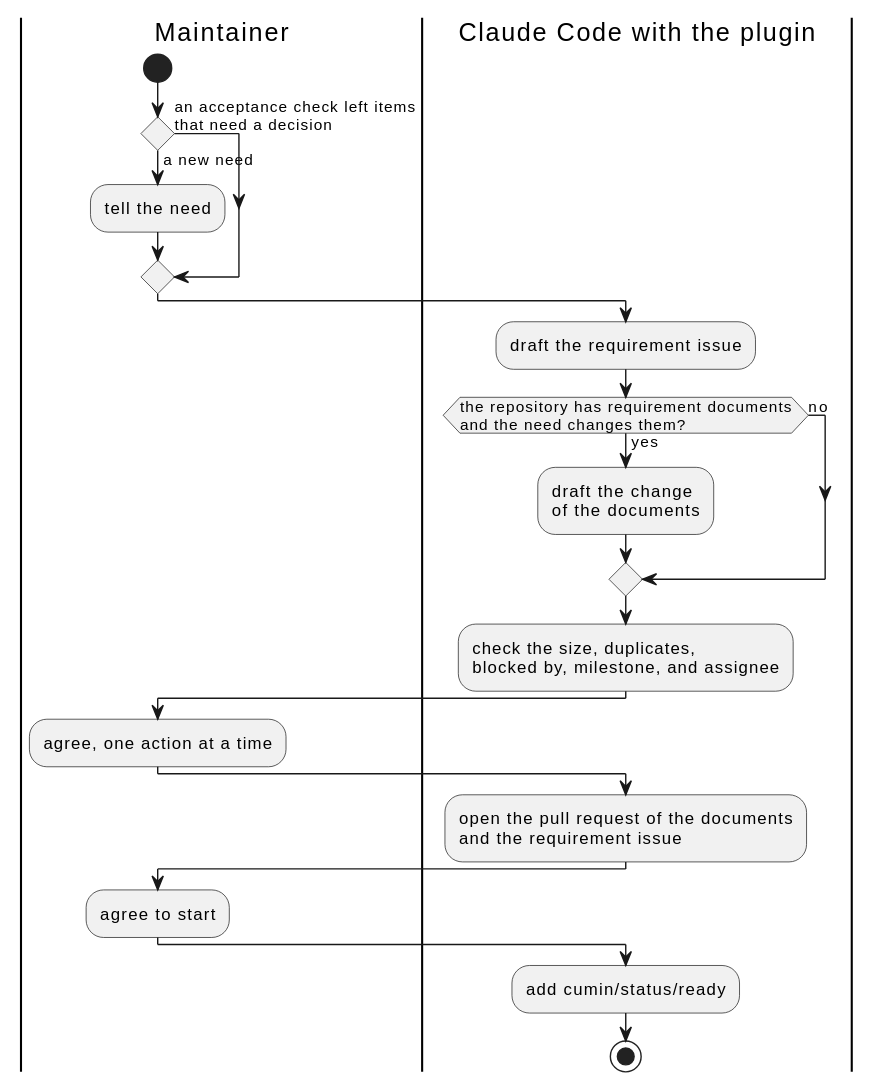
Before: docs/ja/requirements/require/overview.svg, a diagram exported from PlantUML (cloveclovedev/cumin-works). The source it was exported from:
```plantuml
@startuml

|Maintainer|
start
if () then (a new need)
  :tell the need;
else (an acceptance check left items\nthat need a decision)
endif
|Claude Code with the plugin|
:draft the requirement issue;
if (the repository has requirement documents\nand the need changes them?) then (yes)
  :draft the change\nof the documents;
else (no)
endif
:check the size, duplicates,\nblocked by, milestone, and assignee;
|Maintainer|
:agree, one action at a time;
|Claude Code with the plugin|
:open the pull request of the documents\nand the requirement issue;
|Maintainer|
:agree to start;
|Claude Code with the plugin|
:add cumin/status/ready;
stop
@enduml
```
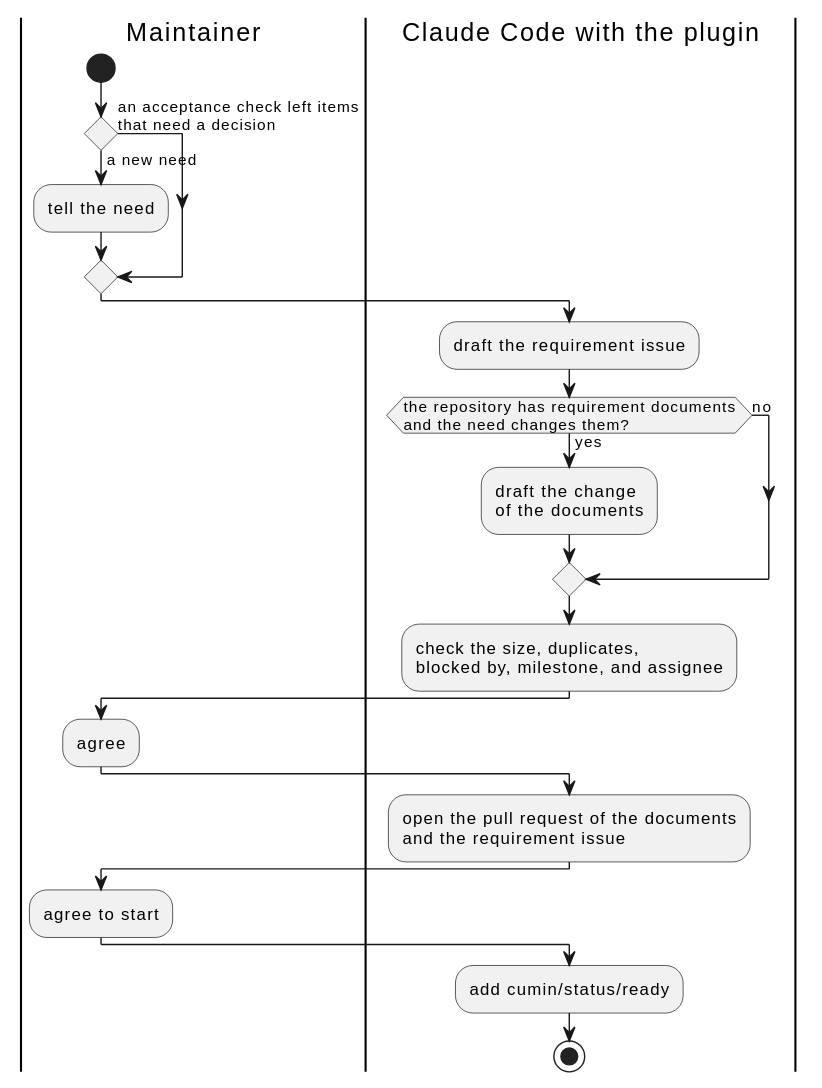
The same diagram one commit later.

What changed in the source:
```diff
@@ -14,7 +14,7 @@
 endif
 :check the size, duplicates,\nblocked by, milestone, and assignee;
 |Maintainer|
-:agree, one action at a time;
+:agree;
 |Claude Code with the plugin|
 :open the pull request of the documents\nand the requirement issue;
 |Maintainer|
```
